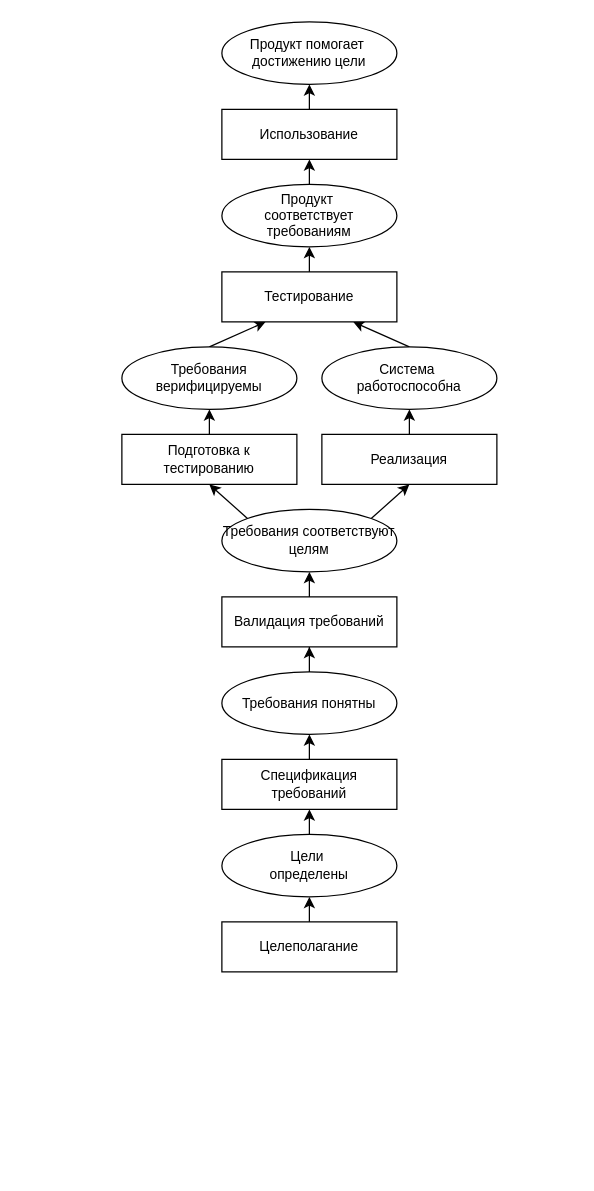
The draw.io diagram conditions.drawio in chaetal/why-test-first, before the edit. Source tidied: cells renumbered, new cells numbered last; positions are measured from the earlier drawing's top-left corner, leaving out a move shared by most shapes. Both pictures are drawn from the tidied source at 125%, with x=0, y=0 at pixel (121, 21).
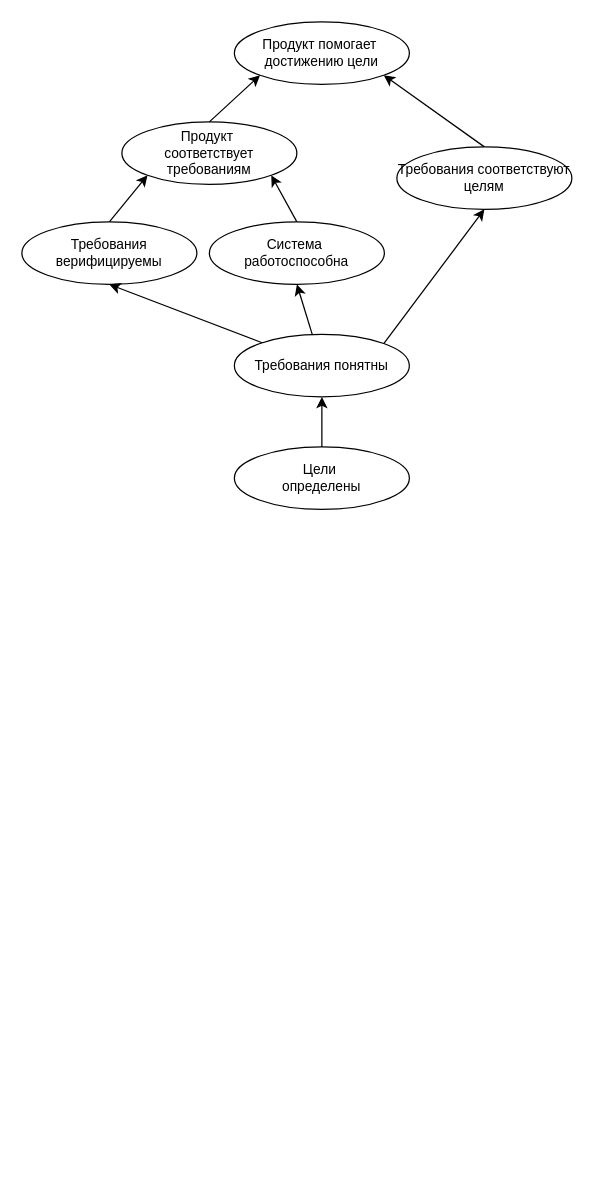
The same diagram, later.

Change to the diagram source:
```diff
@@
     <mxCell id="2" value="Продукт&amp;nbsp;&lt;div style=&quot;font-size: 11px;&quot;&gt;соответствует требованиям&lt;/div&gt;" style="ellipse;whiteSpace=wrap;html=1;fontSize=11;" parent="1" vertex="1">
-      <mxGeometry x="80" y="130" width="140" height="50" as="geometry" />
+      <mxGeometry y="80" width="140" height="50" as="geometry" />
     </mxCell>
-    <mxCell id="3" style="rounded=0;jettySize=auto;html=1;entryX=0.5;entryY=1;entryDx=0;entryDy=0;curved=0;exitX=0;exitY=0;exitDx=0;exitDy=0;" parent="1" edge="1" source="5" target="29">
+    <mxCell id="3" style="rounded=0;jettySize=auto;html=1;entryX=1;entryY=1;entryDx=0;entryDy=0;curved=0;exitX=0.5;exitY=0;exitDx=0;exitDy=0;" parent="1" edge="1" source="5" target="10">
       <mxGeometry relative="1" as="geometry" />
     </mxCell>
-    <mxCell id="4" style="rounded=0;jettySize=auto;html=1;entryX=0.5;entryY=1;entryDx=0;entryDy=0;curved=0;exitX=1;exitY=0;exitDx=0;exitDy=0;" parent="1" edge="1" source="5" target="27">
-      <mxGeometry relative="1" as="geometry" />
-    </mxCell>
     <mxCell id="5" value="Требования соответствуют целям" style="ellipse;whiteSpace=wrap;html=1;fontSize=11;" parent="1" vertex="1">
-      <mxGeometry x="80" y="390" width="140" height="50" as="geometry" />
+      <mxGeometry x="220" y="100" width="140" height="50" as="geometry" />
     </mxCell>
-    <mxCell id="6" style="rounded=0;jettySize=auto;html=1;fontSize=11;curved=1;entryX=0.75;entryY=1;entryDx=0;entryDy=0;exitX=0.5;exitY=0;exitDx=0;exitDy=0;" parent="1" edge="1" source="24" target="16">
+    <mxCell id="6" style="rounded=0;jettySize=auto;html=1;fontSize=11;curved=1;entryX=1;entryY=1;entryDx=0;entryDy=0;exitX=0.5;exitY=0;exitDx=0;exitDy=0;" parent="1" edge="1" source="24" target="2">
       <mxGeometry relative="1" as="geometry" />
     </mxCell>
-    <mxCell id="7" style="rounded=0;jettySize=auto;html=1;exitX=0.5;exitY=0;exitDx=0;exitDy=0;entryX=0.25;entryY=1;entryDx=0;entryDy=0;fontSize=11;curved=1;" parent="1" edge="1" source="25" target="16">
+    <mxCell id="7" style="rounded=0;jettySize=auto;html=1;exitX=0.5;exitY=0;exitDx=0;exitDy=0;entryX=0;entryY=1;entryDx=0;entryDy=0;fontSize=11;curved=1;" parent="1" edge="1" source="25" target="2">
       <mxGeometry relative="1" as="geometry" />
     </mxCell>
-    <mxCell id="8" style="rounded=0;jettySize=auto;html=1;entryX=0.5;entryY=1;entryDx=0;entryDy=0;fontSize=11;" parent="1" edge="1" source="9" target="23">
+    <mxCell id="8" style="rounded=0;jettySize=auto;html=1;entryX=0.5;entryY=1;entryDx=0;entryDy=0;fontSize=11;" parent="1" edge="1" source="9" target="31">
       <mxGeometry relative="1" as="geometry" />
     </mxCell>
     <mxCell id="9" value="Цели&amp;nbsp;&lt;div style=&quot;font-size: 11px;&quot;&gt;&lt;span style=&quot;background-color: initial; font-size: 11px;&quot;&gt;определены&lt;/span&gt;&lt;/div&gt;" style="ellipse;whiteSpace=wrap;html=1;fontSize=11;" parent="1" vertex="1">
-      <mxGeometry x="80" y="650" width="140" height="50" as="geometry" />
+      <mxGeometry x="90" y="340" width="140" height="50" as="geometry" />
     </mxCell>
     <mxCell id="10" value="Продукт помогает&amp;nbsp;&lt;div style=&quot;font-size: 11px;&quot;&gt;достижению цели&lt;/div&gt;" style="ellipse;whiteSpace=wrap;html=1;fontSize=11;" parent="1" vertex="1">
-      <mxGeometry x="80" width="140" height="50" as="geometry" />
+      <mxGeometry x="90" width="140" height="50" as="geometry" />
     </mxCell>
-    <mxCell id="11" style="endArrow=classic;html=1;rounded=0;exitX=0.5;exitY=0;exitDx=0;exitDy=0;entryX=0.5;entryY=1;entryDx=0;entryDy=0;fontSize=11;curved=1;" parent="1" edge="1" source="2" target="14">
+    <mxCell id="11" style="endArrow=classic;html=1;rounded=0;exitX=0.5;exitY=0;exitDx=0;exitDy=0;entryX=0;entryY=1;entryDx=0;entryDy=0;fontSize=11;curved=1;" parent="1" edge="1" source="2" target="10">
       <mxGeometry relative="1" as="geometry" />
     </mxCell>
@@
-    <mxCell id="13" style="rounded=0;jettySize=auto;html=1;entryX=0.5;entryY=1;entryDx=0;entryDy=0;fontSize=11;" parent="1" edge="1" source="14" target="10">
-      <mxGeometry relative="1" as="geometry" />
-    </mxCell>
-    <mxCell id="14" value="Использование" style="rounded=0;whiteSpace=wrap;html=1;fontSize=11;" parent="1" vertex="1">
-      <mxGeometry x="80" y="70" width="140" height="40" as="geometry" />
-    </mxCell>
-    <mxCell id="15" style="rounded=0;jettySize=auto;html=1;entryX=0.5;entryY=1;entryDx=0;entryDy=0;fontSize=11;" parent="1" edge="1" source="16" target="2">
-      <mxGeometry relative="1" as="geometry" />
-    </mxCell>
-    <mxCell id="16" value="Тестирование" style="whiteSpace=wrap;html=1;fontSize=11;" parent="1" vertex="1">
-      <mxGeometry x="80" y="200" width="140" height="40" as="geometry" />
-    </mxCell>
-    <mxCell id="17" style="rounded=0;jettySize=auto;html=1;fontSize=11;" parent="1" edge="1" source="18" target="5">
-      <mxGeometry relative="1" as="geometry" />
-    </mxCell>
-    <mxCell id="18" value="Валидация требований" style="whiteSpace=wrap;html=1;fontSize=11;" parent="1" vertex="1">
-      <mxGeometry x="80" y="460" width="140" height="40" as="geometry" />
-    </mxCell>
-    <mxCell id="19" style="rounded=0;jettySize=auto;html=1;entryX=0.5;entryY=1;entryDx=0;entryDy=0;fontSize=11;" parent="1" edge="1" source="20" target="9">
-      <mxGeometry relative="1" as="geometry" />
-    </mxCell>
-    <mxCell id="20" value="Целеполаган&lt;span style=&quot;background-color: initial; font-size: 11px;&quot;&gt;ие&lt;/span&gt;" style="whiteSpace=wrap;html=1;fontSize=11;" parent="1" vertex="1">
-      <mxGeometry x="80" y="720" width="140" height="40" as="geometry" />
-    </mxCell>
@@
-    <mxCell id="22" style="rounded=0;jettySize=auto;html=1;exitX=0.5;exitY=0;exitDx=0;exitDy=0;entryX=0.5;entryY=1;entryDx=0;entryDy=0;" parent="1" edge="1" source="23" target="31">
-      <mxGeometry relative="1" as="geometry" />
-    </mxCell>
-    <mxCell id="23" value="Спецификация требований" style="whiteSpace=wrap;html=1;fontSize=11;" parent="1" vertex="1">
-      <mxGeometry x="80" y="590" width="140" height="40" as="geometry" />
-    </mxCell>
     <mxCell id="24" value="Система&amp;nbsp;&lt;div&gt;работоспособна&lt;/div&gt;" style="ellipse;whiteSpace=wrap;html=1;fontSize=11;" parent="1" vertex="1">
-      <mxGeometry x="160" y="260" width="140" height="50" as="geometry" />
+      <mxGeometry x="70" y="160" width="140" height="50" as="geometry" />
     </mxCell>
     <mxCell id="25" value="Требования верифицируемы" style="ellipse;whiteSpace=wrap;html=1;fontSize=11;" parent="1" vertex="1">
-      <mxGeometry y="260" width="140" height="50" as="geometry" />
+      <mxGeometry x="-80" y="160" width="140" height="50" as="geometry" />
     </mxCell>
-    <mxCell id="26" style="rounded=0;jettySize=auto;html=1;entryX=0.5;entryY=1;entryDx=0;entryDy=0;fontSize=11;" parent="1" edge="1" source="27" target="24">
-      <mxGeometry relative="1" as="geometry" />
-    </mxCell>
-    <mxCell id="27" value="Реализация" style="whiteSpace=wrap;html=1;fontSize=11;" parent="1" vertex="1">
-      <mxGeometry x="160" y="330" width="140" height="40" as="geometry" />
-    </mxCell>
-    <mxCell id="28" style="rounded=0;jettySize=auto;html=1;entryX=0.5;entryY=1;entryDx=0;entryDy=0;exitX=0.5;exitY=0;exitDx=0;exitDy=0;fontSize=11;" parent="1" edge="1" source="29" target="25">
-      <mxGeometry relative="1" as="geometry" />
-    </mxCell>
-    <mxCell id="29" value="Подготовка к тестированию" style="whiteSpace=wrap;html=1;fontSize=11;" parent="1" vertex="1">
-      <mxGeometry y="330" width="140" height="40" as="geometry" />
-    </mxCell>
-    <mxCell id="30" style="edgeStyle=orthogonalEdgeStyle;rounded=0;jettySize=auto;html=1;entryX=0.5;entryY=1;entryDx=0;entryDy=0;" parent="1" edge="1" source="31" target="18">
+    <mxCell id="30" style="rounded=0;jettySize=auto;html=1;entryX=0.5;entryY=1;entryDx=0;entryDy=0;curved=1;" parent="1" edge="1" source="31" target="24">
       <mxGeometry relative="1" as="geometry" />
     </mxCell>
+    <mxCell id="32" style="rounded=0;jettySize=auto;html=1;entryX=0.5;entryY=1;entryDx=0;entryDy=0;curved=1;" parent="1" edge="1" source="31" target="25">
+      <mxGeometry relative="1" as="geometry" />
+    </mxCell>
+    <mxCell id="33" style="rounded=0;jettySize=auto;html=1;exitX=1;exitY=0;exitDx=0;exitDy=0;curved=1;entryX=0.5;entryY=1;entryDx=0;entryDy=0;" parent="1" edge="1" source="31" target="5">
+      <mxGeometry relative="1" as="geometry" />
+    </mxCell>
     <mxCell id="31" value="Требования понятны" style="ellipse;whiteSpace=wrap;html=1;fontSize=11;" parent="1" vertex="1">
-      <mxGeometry x="80" y="520" width="140" height="50" as="geometry" />
+      <mxGeometry x="90" y="250" width="140" height="50" as="geometry" />
     </mxCell>
```
